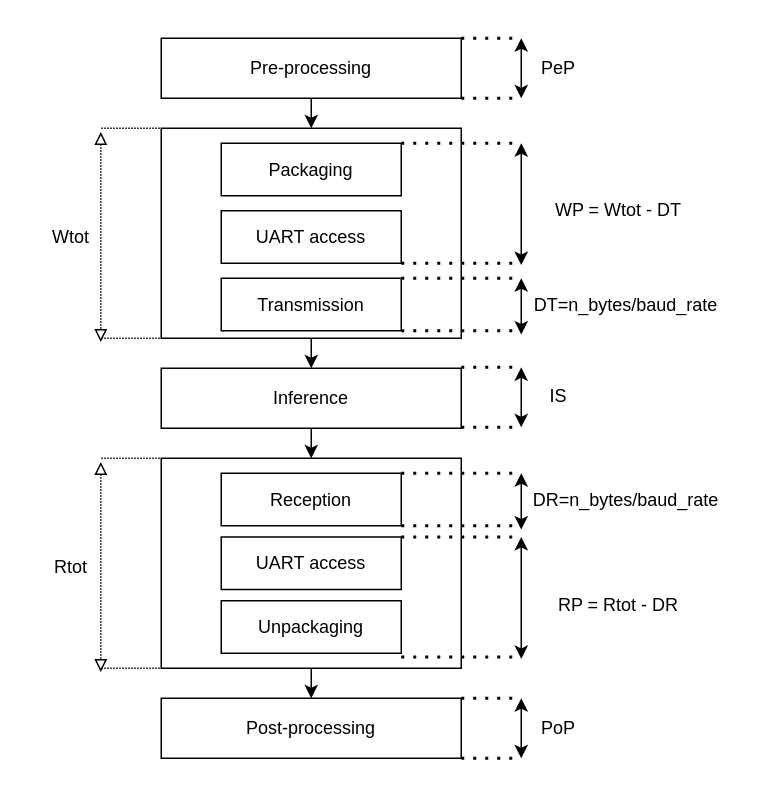
This is uart_impact_durations.drawio from AurelieSa/draw_io, a draw.io file, before an edit. Source tidied: cells renumbered, new cells numbered last; positions are measured from the earlier drawing's top-left corner, leaving out a move shared by most shapes. Both pictures are drawn from the tidied source at 150%, with x=0, y=0 at pixel (26, 38).
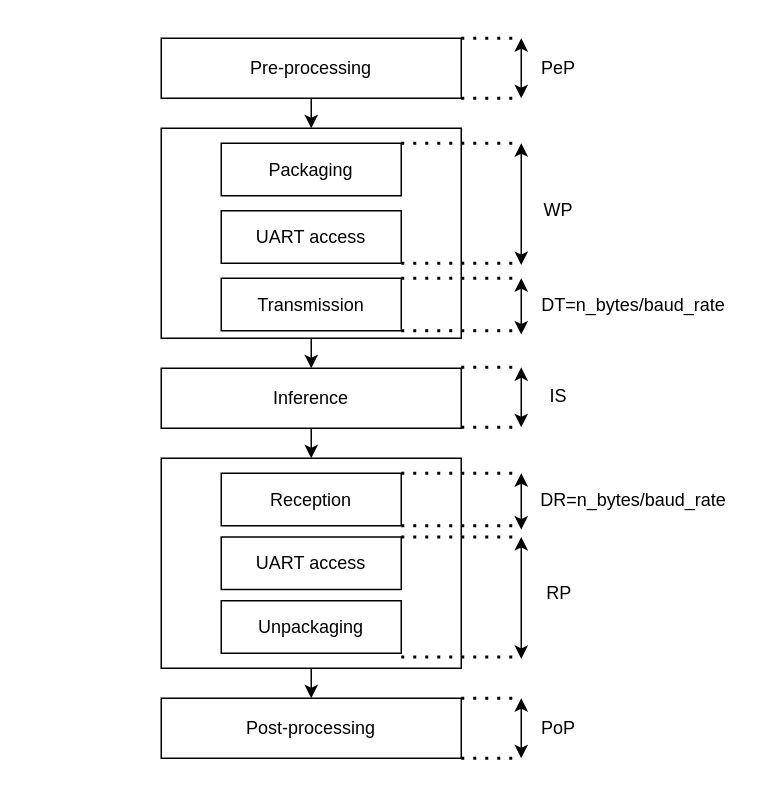
The same diagram, later.

Unchanged cells that the change refers to:
```xml
<mxCell id="5" style="rounded=0;whiteSpace=wrap;html=1;" parent="1" vertex="1">
  <mxGeometry x="90" y="60" width="200" height="140" as="geometry" />
</mxCell>
```

Change to the diagram source:
```diff
@@
-    <mxCell id="19" style="endArrow=block;html=1;rounded=0;startArrow=block;startFill=0;dashed=1;dashPattern=1 1;endFill=0;" parent="1" edge="1">
-      <mxGeometry relative="1" as="geometry">
-        <mxPoint x="49.7" y="62.5" as="sourcePoint" />
-        <mxPoint x="49.7" y="202.5" as="targetPoint" />
-      </mxGeometry>
-    </mxCell>
@@
     <mxCell id="23" value="DT=n_bytes/baud_rate" style="text;html=1;align=center;verticalAlign=middle;whiteSpace=wrap;rounded=0;" parent="1" vertex="1">
-      <mxGeometry x="335" y="162.5" width="130" height="30" as="geometry" />
+      <mxGeometry x="340" y="162.5" width="130" height="30" as="geometry" />
     </mxCell>
-    <mxCell id="24" value="Wtot" style="text;html=1;align=center;verticalAlign=middle;whiteSpace=wrap;rounded=0;" parent="1" vertex="1">
-      <mxGeometry y="117.5" width="60" height="30" as="geometry" />
-    </mxCell>
@@
-    <mxCell id="28" value="WP = Wtot - DT" style="text;html=1;align=center;verticalAlign=middle;whiteSpace=wrap;rounded=0;" parent="1" vertex="1">
-      <mxGeometry x="330" y="100" width="130" height="30" as="geometry" />
+    <mxCell id="28" value="WP " style="text;html=1;align=center;verticalAlign=middle;whiteSpace=wrap;rounded=0;" parent="1" vertex="1">
+      <mxGeometry x="335" y="100" width="40" height="30" as="geometry" />
     </mxCell>
@@
-    <mxCell id="39" style="endArrow=none;dashed=1;html=1;rounded=0;dashPattern=1 1;entryX=0;entryY=0;entryDx=0;entryDy=0;" parent="1" edge="1" target="5">
-      <mxGeometry relative="1" as="geometry">
-        <mxPoint x="50" y="60" as="sourcePoint" />
-      </mxGeometry>
-    </mxCell>
-    <mxCell id="40" style="endArrow=none;dashed=1;html=1;rounded=0;dashPattern=1 1;entryX=0;entryY=0;entryDx=0;entryDy=0;" parent="1" edge="1">
-      <mxGeometry relative="1" as="geometry">
-        <mxPoint x="50" y="200" as="sourcePoint" />
-        <mxPoint x="90" y="200" as="targetPoint" />
-      </mxGeometry>
-    </mxCell>
-    <mxCell id="41" style="endArrow=block;html=1;rounded=0;startArrow=block;startFill=0;dashed=1;dashPattern=1 1;endFill=0;" parent="1" edge="1">
-      <mxGeometry relative="1" as="geometry">
-        <mxPoint x="49.7" y="282.5" as="sourcePoint" />
-        <mxPoint x="49.7" y="422.5" as="targetPoint" />
-      </mxGeometry>
-    </mxCell>
-    <mxCell id="42" value="Rtot" style="text;html=1;align=center;verticalAlign=middle;whiteSpace=wrap;rounded=0;" parent="1" vertex="1">
-      <mxGeometry y="337.5" width="60" height="30" as="geometry" />
-    </mxCell>
-    <mxCell id="43" style="endArrow=none;dashed=1;html=1;rounded=0;dashPattern=1 1;entryX=0;entryY=0;entryDx=0;entryDy=0;" parent="1" edge="1">
-      <mxGeometry relative="1" as="geometry">
-        <mxPoint x="50" y="280" as="sourcePoint" />
-        <mxPoint x="90" y="280" as="targetPoint" />
-      </mxGeometry>
-    </mxCell>
-    <mxCell id="44" style="endArrow=none;dashed=1;html=1;rounded=0;dashPattern=1 1;entryX=0;entryY=0;entryDx=0;entryDy=0;" parent="1" edge="1">
-      <mxGeometry relative="1" as="geometry">
-        <mxPoint x="50" y="420" as="sourcePoint" />
-        <mxPoint x="90" y="420" as="targetPoint" />
-      </mxGeometry>
-    </mxCell>
@@
     <mxCell id="48" value="DR=n_bytes/baud_rate" style="text;html=1;align=center;verticalAlign=middle;whiteSpace=wrap;rounded=0;" parent="1" vertex="1">
-      <mxGeometry x="335" y="292.5" width="130" height="30" as="geometry" />
+      <mxGeometry x="340" y="292.5" width="130" height="30" as="geometry" />
     </mxCell>
@@
-    <mxCell id="52" value="RP = Rtot - DR" style="text;html=1;align=center;verticalAlign=middle;whiteSpace=wrap;rounded=0;" parent="1" vertex="1">
-      <mxGeometry x="330" y="362.5" width="130" height="30" as="geometry" />
+    <mxCell id="52" value="RP" style="text;html=1;align=center;verticalAlign=middle;whiteSpace=wrap;rounded=0;" parent="1" vertex="1">
+      <mxGeometry x="338" y="355" width="35" height="30" as="geometry" />
     </mxCell>
```
